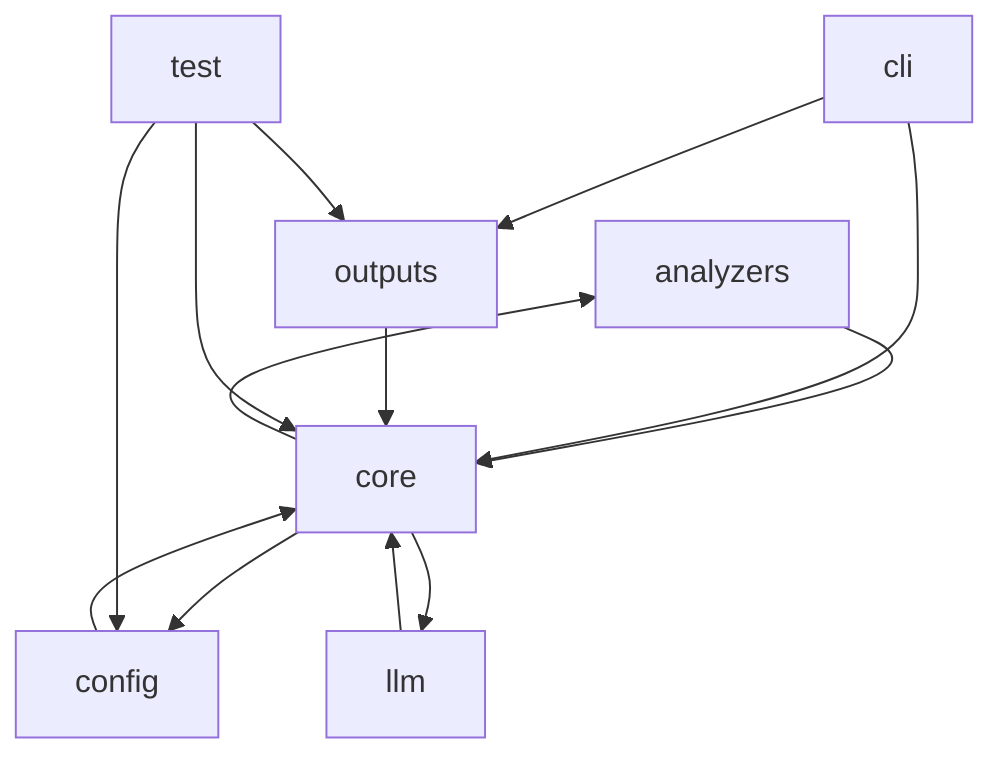
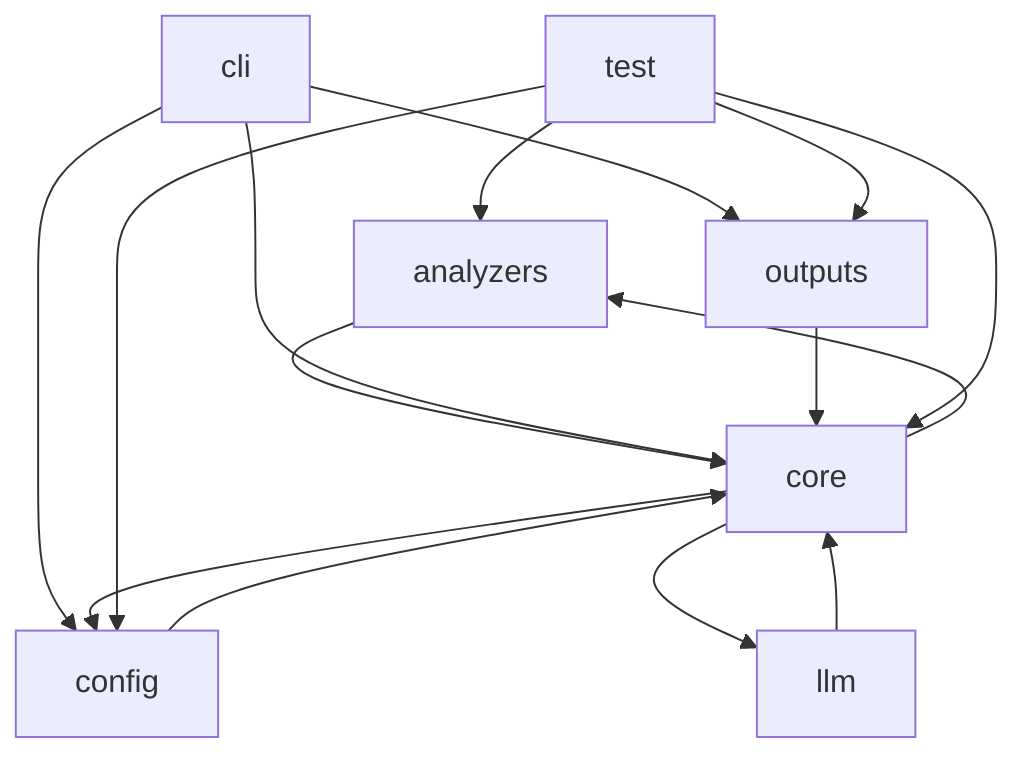
graph TD
  analyzers["analyzers"] --> core["core"]
+   cli["cli"] --> config["config"]
  cli["cli"] --> core["core"]
  cli["cli"] --> outputs["outputs"]
  config["config"] --> core["core"]
  core["core"] --> analyzers["analyzers"]
  core["core"] --> config["config"]
  core["core"] --> llm["llm"]
  llm["llm"] --> core["core"]
  outputs["outputs"] --> core["core"]
+   test["test"] --> analyzers["analyzers"]
  test["test"] --> config["config"]
  test["test"] --> core["core"]
  test["test"] --> outputs["outputs"]
